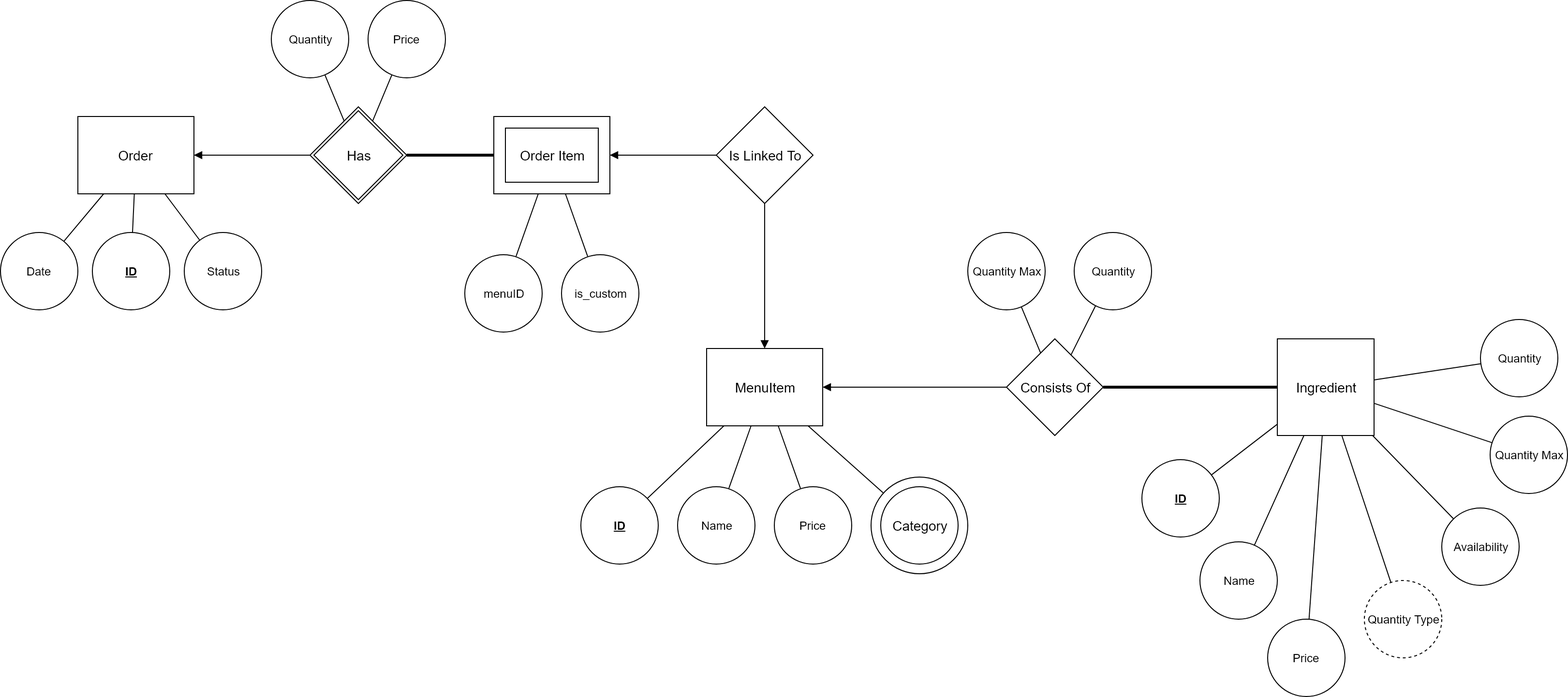
Above: docs/entity relationship diagram.png in featherbear/UNSW-COMP1531-Assignment (draw.io), before the change. Source tidied: cells renumbered, new cells last; positions are measured from the earlier drawing's top-left corner, leaving out a move shared by most shapes.
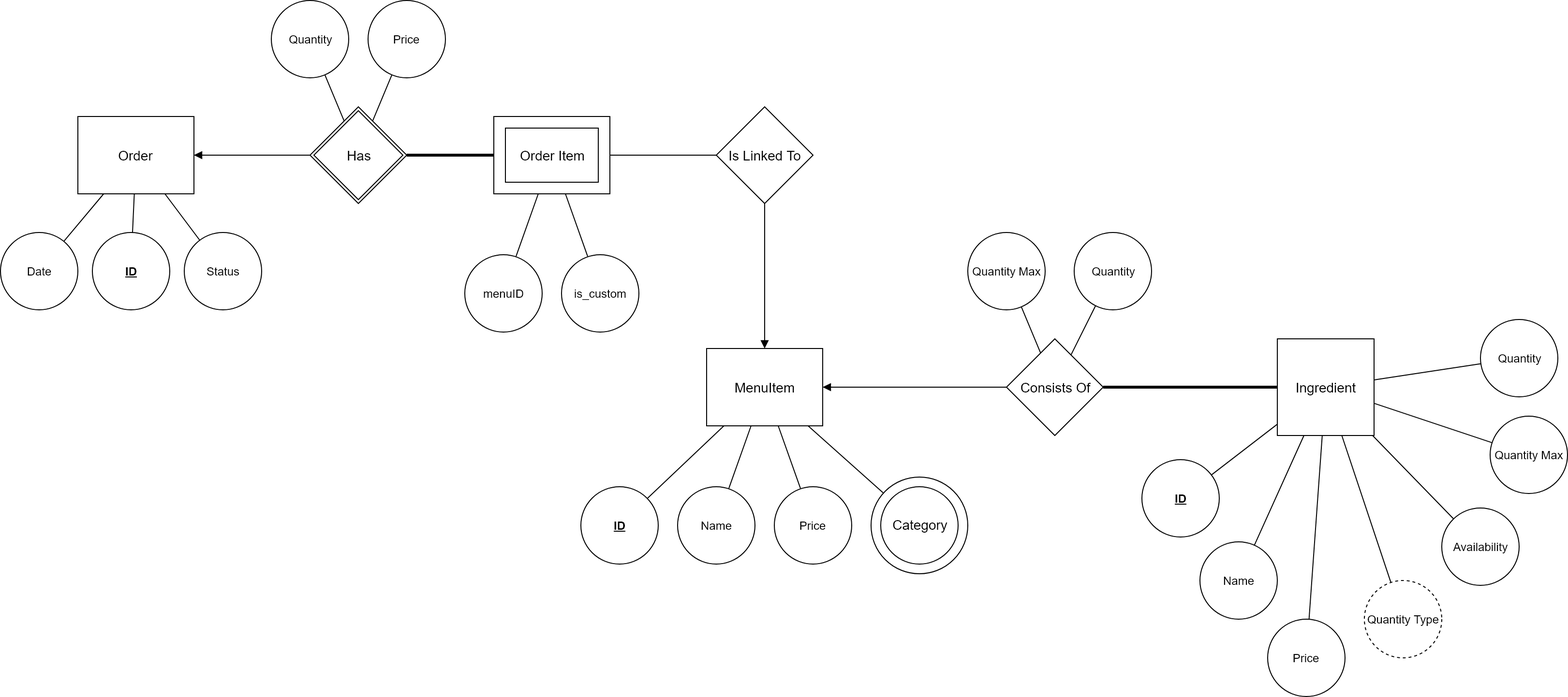
Later version of the same file.

What changed in the source:
```diff
@@ -155,7 +155,7 @@
     <mxCell id="50" value="Category" style="ellipse;shape=doubleEllipse;margin=10;strokeWidth=1;fontSize=14;whiteSpace=wrap;html=1;align=center;rounded=0;fillColor=none;" parent="1" vertex="1">
       <mxGeometry x="900" y="492.5" width="100" height="100" as="geometry" />
     </mxCell>
-    <mxCell id="51" style="edgeStyle=none;rounded=0;jettySize=auto;html=1;startArrow=none;startFill=0;endArrow=block;endFill=1;strokeWidth=1;" parent="1" edge="1" source="53">
+    <mxCell id="51" style="edgeStyle=none;rounded=0;jettySize=auto;html=1;startArrow=none;startFill=0;endArrow=none;endFill=0;strokeWidth=1;" parent="1" edge="1" source="53">
       <mxGeometry relative="1" as="geometry">
         <mxPoint x="630" y="160" as="targetPoint" />
       </mxGeometry>
```
